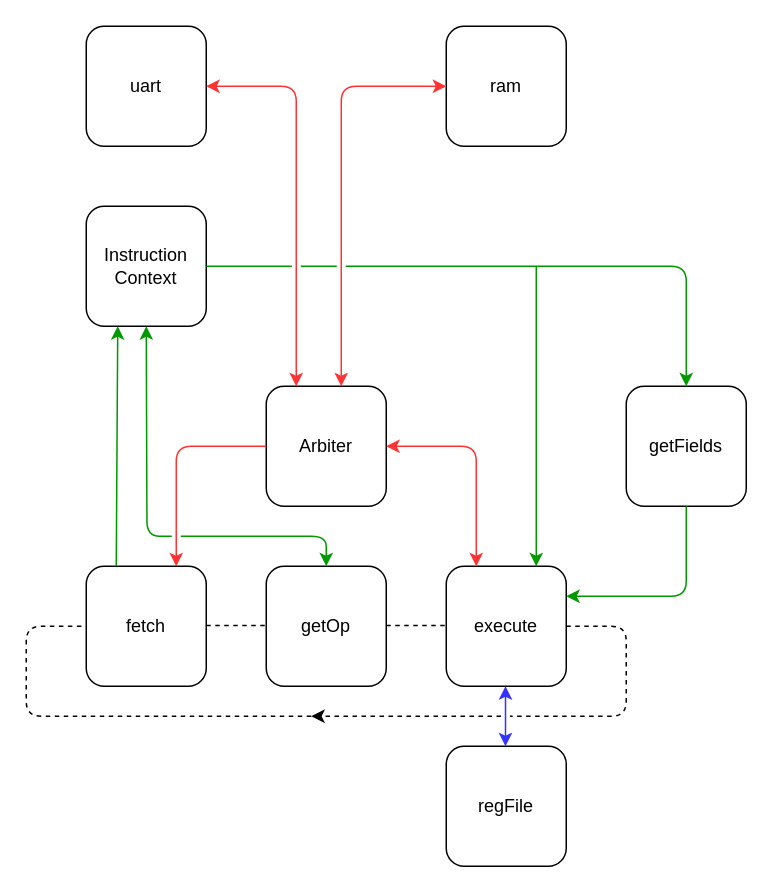
Before: docs/architecture.drawio in ThePerfectComputer/nimulatorPPC, a draw.io diagram. Source tidied: cells renumbered, new cells numbered last; positions are measured from the earlier drawing's top-left corner, leaving out a move shared by most shapes. Both pictures are drawn from the tidied source at 150%, with x=0, y=0 at pixel (26, 26).
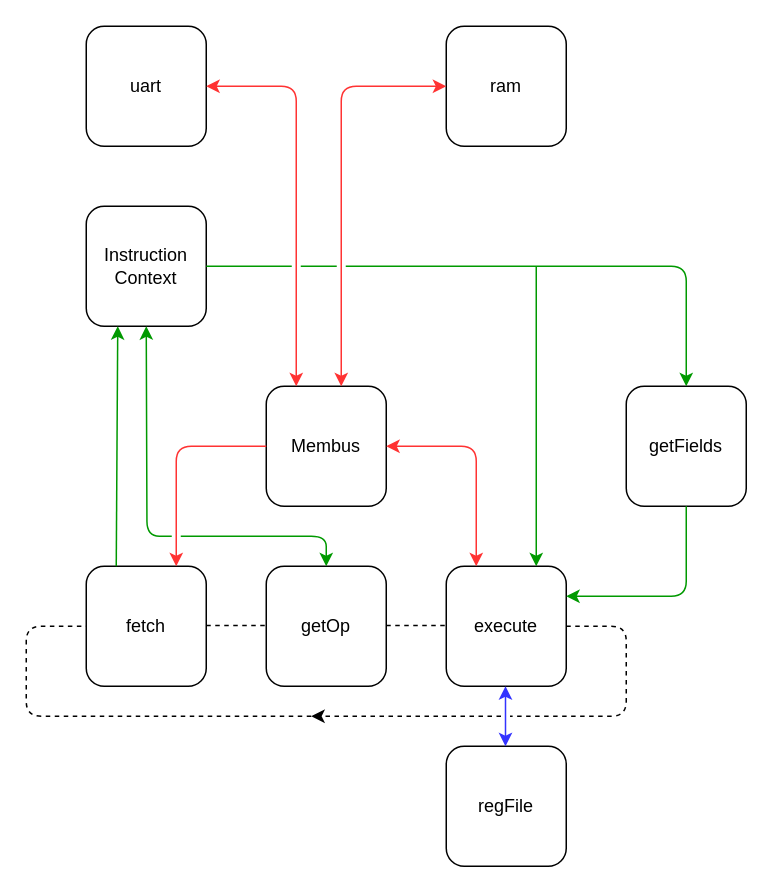
Above is the later version.

Change to the diagram source:
```diff
@@
-    <mxCell id="10" value="Arbiter" style="rounded=1;whiteSpace=wrap;html=1;" parent="1" vertex="1">
+    <mxCell id="10" value="Membus" style="rounded=1;whiteSpace=wrap;html=1;" parent="1" vertex="1">
       <mxGeometry x="160" y="240" width="80" height="80" as="geometry" />
     </mxCell>
```
